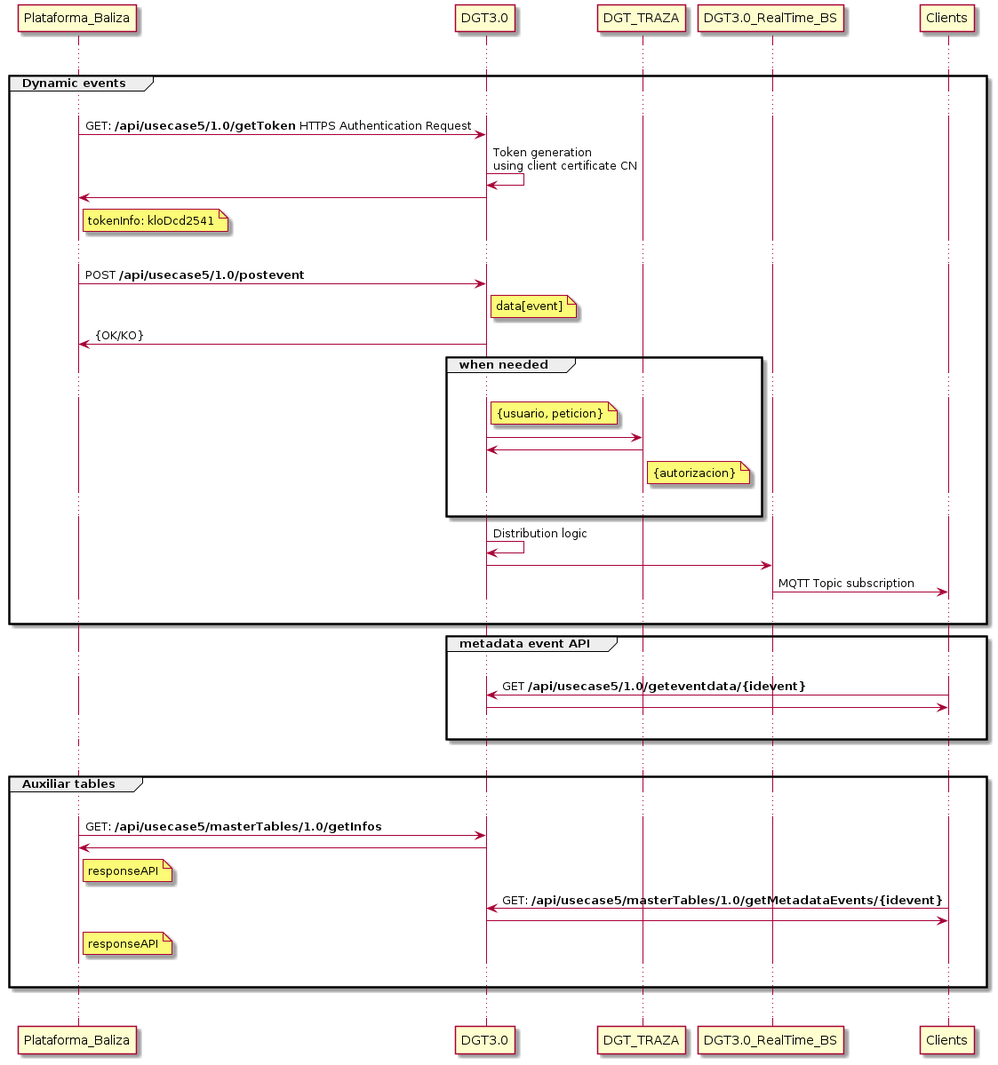
The PlantUML diagram img/flujo_generico_caso5.png in INSPIDE/DGT3.0Workshop_usecase_5, before a commit.
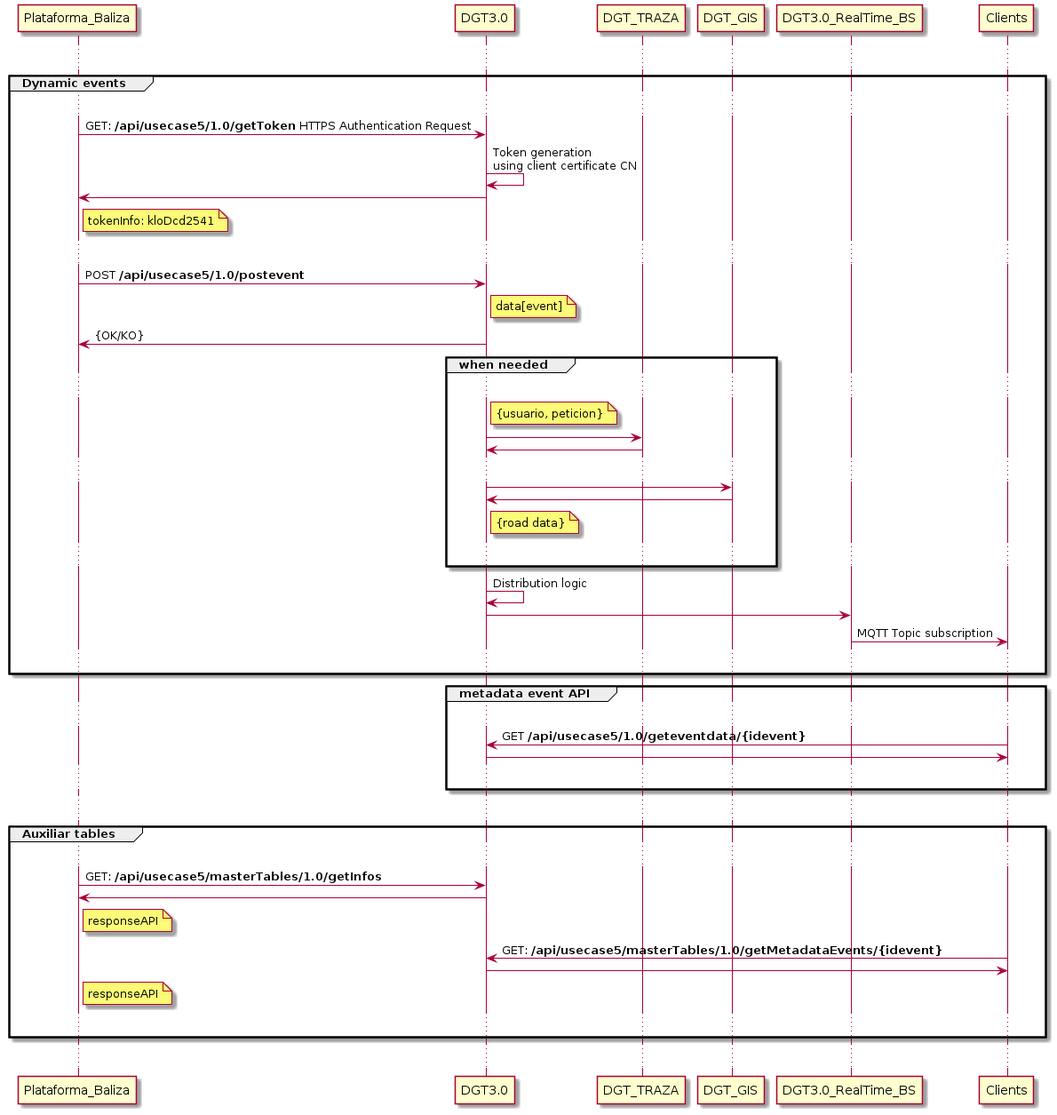
Above is the later version.

Change to the diagram source:
```diff
@@ -17,7 +17,10 @@
 note right of DGT3.0: {usuario, peticion}
 DGT3.0->DGT_TRAZA:
 DGT_TRAZA->DGT3.0
-note right of DGT_TRAZA: {autorizacion}
+...
+DGT3.0->DGT_GIS:
+DGT_GIS->DGT3.0
+note right of DGT3.0: {road data}
 ...
 end
 DGT3.0->DGT3.0: Distribution logic
```
